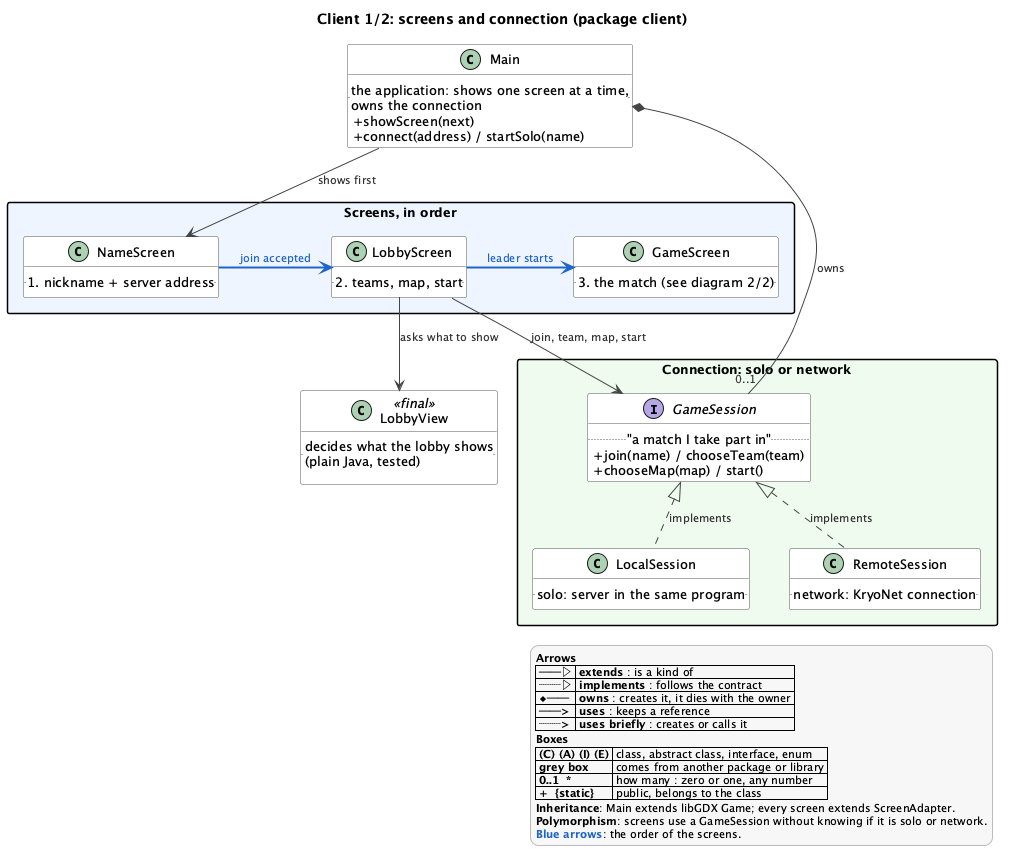
Before: docs/uml/client-screens.png, a diagram exported from PlantUML (louispouillet/2dgame).
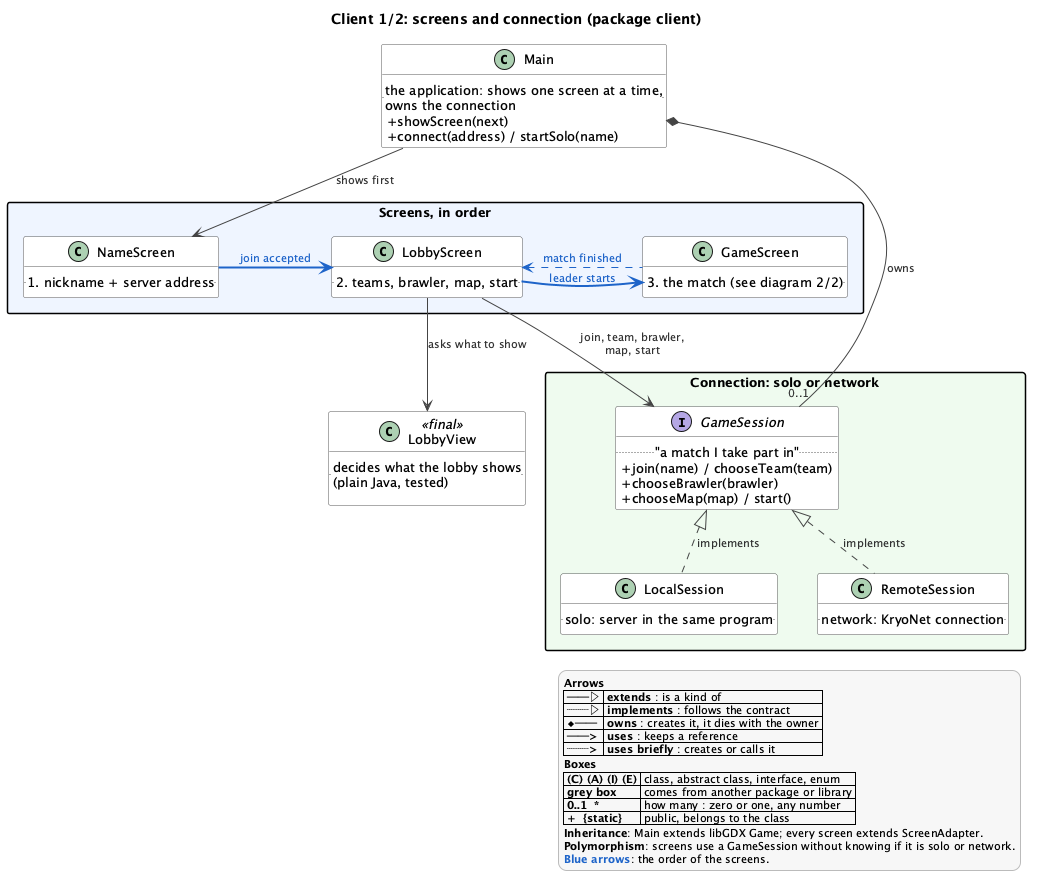
The same file after the commit.

Change to the diagram source:
```diff
@@ -13,7 +13,7 @@
         .. 1. nickname + server address ..
     }
     class LobbyScreen {
-        .. 2. teams, map, start ..
+        .. 2. teams, brawler, map, start ..
     }
     class GameScreen {
         .. 3. the match (see diagram 2/2) ..
@@ -28,6 +28,7 @@
     interface GameSession {
         .. "a match I take part in" ..
         + join(name) / chooseTeam(team)
+        + chooseBrawler(brawler)
         + chooseMap(map) / start()
     }
     class LocalSession {
@@ -41,10 +42,11 @@
 Main -down-> NameScreen : shows first
 NameScreen -[#1E64C8,bold]right-> LobbyScreen : <color:#1E64C8>join accepted</color>
 LobbyScreen -[#1E64C8,bold]right-> GameScreen : <color:#1E64C8>leader starts</color>
+GameScreen -[#1E64C8,bold,dashed]up-> LobbyScreen : <color:#1E64C8>match finished</color>
 LobbyScreen -down-> LobbyView : asks what to show
 
 Main *-right- "0..1" GameSession : owns
-LobbyScreen -down-> GameSession : join, team, map, start
+LobbyScreen -down-> GameSession : join, team, brawler,\nmap, start
 GameSession <|.down. LocalSession : implements
 GameSession <|.down. RemoteSession : implements
 
```
